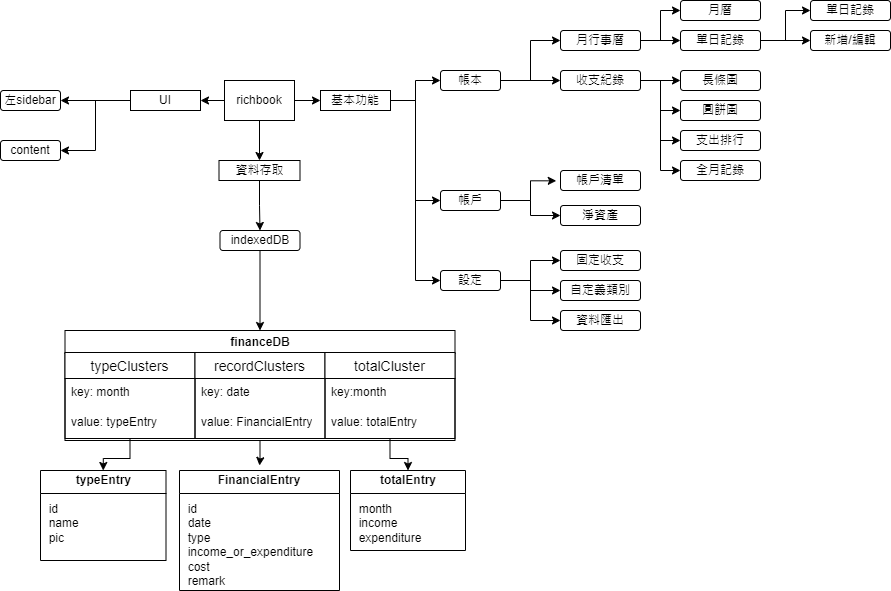
Earlier version of the draw.io export public/記帳app.png (07Nick-kciN21/richbook). Source tidied: cells renumbered, new cells last; positions are measured from the earlier drawing's top-left corner, leaving out a move shared by most shapes. The source it was exported from:
```xml
<mxGraphModel>
  <root>
    <mxCell id="0" />
    <mxCell id="1" parent="0" />
    <mxCell id="2" style="edgeStyle=orthogonalEdgeStyle;rounded=0;jettySize=auto;html=1;" parent="1" edge="1" source="5" target="9">
      <mxGeometry relative="1" as="geometry" />
    </mxCell>
    <mxCell id="3" style="edgeStyle=orthogonalEdgeStyle;rounded=0;jettySize=auto;html=1;" parent="1" edge="1" source="5" target="12">
      <mxGeometry relative="1" as="geometry" />
    </mxCell>
    <mxCell id="4" style="edgeStyle=orthogonalEdgeStyle;rounded=0;jettySize=auto;html=1;entryX=0.5;entryY=0;entryDx=0;entryDy=0;" parent="1" edge="1" source="5" target="39">
      <mxGeometry relative="1" as="geometry" />
    </mxCell>
    <mxCell id="5" value="richbook" style="rounded=0;whiteSpace=wrap;html=1;" parent="1" vertex="1">
      <mxGeometry x="224" y="80" width="70" height="40" as="geometry" />
    </mxCell>
    <mxCell id="6" style="edgeStyle=orthogonalEdgeStyle;rounded=0;jettySize=auto;html=1;entryX=0;entryY=0.5;entryDx=0;entryDy=0;" parent="1" edge="1" source="9" target="15">
      <mxGeometry relative="1" as="geometry" />
    </mxCell>
    <mxCell id="7" style="edgeStyle=orthogonalEdgeStyle;rounded=0;jettySize=auto;html=1;entryX=0;entryY=0.5;entryDx=0;entryDy=0;" parent="1" edge="1" source="9" target="17">
      <mxGeometry relative="1" as="geometry" />
    </mxCell>
    <mxCell id="8" style="edgeStyle=orthogonalEdgeStyle;rounded=0;jettySize=auto;html=1;entryX=0;entryY=0.5;entryDx=0;entryDy=0;" parent="1" edge="1" source="9" target="21">
      <mxGeometry relative="1" as="geometry" />
    </mxCell>
    <mxCell id="9" value="基本功能" style="whiteSpace=wrap;html=1;rounded=0;" parent="1" vertex="1">
      <mxGeometry x="320" y="90" width="70" height="20" as="geometry" />
    </mxCell>
    <mxCell id="10" style="edgeStyle=orthogonalEdgeStyle;rounded=0;jettySize=auto;html=1;entryX=1;entryY=0.5;entryDx=0;entryDy=0;" parent="1" edge="1" source="12" target="36">
      <mxGeometry relative="1" as="geometry" />
    </mxCell>
    <mxCell id="11" style="edgeStyle=orthogonalEdgeStyle;rounded=0;jettySize=auto;html=1;entryX=1;entryY=0.5;entryDx=0;entryDy=0;" parent="1" edge="1" source="12" target="37">
      <mxGeometry relative="1" as="geometry" />
    </mxCell>
    <mxCell id="12" value="UI" style="rounded=0;whiteSpace=wrap;html=1;" parent="1" vertex="1">
      <mxGeometry x="130" y="90" width="70" height="20" as="geometry" />
    </mxCell>
    <mxCell id="13" style="edgeStyle=orthogonalEdgeStyle;rounded=0;jettySize=auto;html=1;entryX=0;entryY=0.5;entryDx=0;entryDy=0;" parent="1" edge="1" source="15" target="24">
      <mxGeometry relative="1" as="geometry" />
    </mxCell>
    <mxCell id="14" style="edgeStyle=orthogonalEdgeStyle;rounded=0;jettySize=auto;html=1;entryX=0;entryY=0.5;entryDx=0;entryDy=0;" parent="1" edge="1" source="15" target="29">
      <mxGeometry relative="1" as="geometry" />
    </mxCell>
    <mxCell id="15" value="帳本" style="rounded=1;whiteSpace=wrap;html=1;" parent="1" vertex="1">
      <mxGeometry x="440" y="70" width="60" height="20" as="geometry" />
    </mxCell>
    <mxCell id="16" style="edgeStyle=orthogonalEdgeStyle;rounded=0;jettySize=auto;html=1;entryX=0;entryY=0.5;entryDx=0;entryDy=0;" parent="1" edge="1" source="17" target="31">
      <mxGeometry relative="1" as="geometry" />
    </mxCell>
    <mxCell id="17" value="帳戶" style="rounded=1;whiteSpace=wrap;html=1;" parent="1" vertex="1">
      <mxGeometry x="440" y="190" width="60" height="20" as="geometry" />
    </mxCell>
    <mxCell id="18" style="edgeStyle=orthogonalEdgeStyle;rounded=0;jettySize=auto;html=1;entryX=0;entryY=0.5;entryDx=0;entryDy=0;" parent="1" edge="1" source="21" target="33">
      <mxGeometry relative="1" as="geometry" />
    </mxCell>
    <mxCell id="19" style="edgeStyle=orthogonalEdgeStyle;rounded=0;jettySize=auto;html=1;entryX=0;entryY=0.5;entryDx=0;entryDy=0;" parent="1" edge="1" source="21" target="34">
      <mxGeometry relative="1" as="geometry" />
    </mxCell>
    <mxCell id="20" style="edgeStyle=orthogonalEdgeStyle;rounded=0;jettySize=auto;html=1;entryX=0;entryY=0.5;entryDx=0;entryDy=0;" parent="1" edge="1" source="21" target="35">
      <mxGeometry relative="1" as="geometry" />
    </mxCell>
    <mxCell id="21" value="設定" style="rounded=1;whiteSpace=wrap;html=1;" parent="1" vertex="1">
      <mxGeometry x="440" y="270" width="60" height="20" as="geometry" />
    </mxCell>
    <mxCell id="22" style="edgeStyle=orthogonalEdgeStyle;rounded=0;jettySize=auto;html=1;entryX=0;entryY=0.5;entryDx=0;entryDy=0;" parent="1" edge="1" source="24" target="66">
      <mxGeometry relative="1" as="geometry" />
    </mxCell>
    <mxCell id="23" style="edgeStyle=orthogonalEdgeStyle;rounded=0;jettySize=auto;html=1;entryX=0;entryY=0.5;entryDx=0;entryDy=0;" parent="1" edge="1" source="24" target="63">
      <mxGeometry relative="1" as="geometry" />
    </mxCell>
    <mxCell id="24" value="月行事曆" style="rounded=1;whiteSpace=wrap;html=1;" parent="1" vertex="1">
      <mxGeometry x="560" y="30" width="80" height="20" as="geometry" />
    </mxCell>
    <mxCell id="25" style="edgeStyle=orthogonalEdgeStyle;rounded=0;jettySize=auto;html=1;entryX=0;entryY=0.5;entryDx=0;entryDy=0;" parent="1" edge="1" source="29" target="69">
      <mxGeometry relative="1" as="geometry" />
    </mxCell>
    <mxCell id="26" style="edgeStyle=orthogonalEdgeStyle;rounded=0;jettySize=auto;html=1;entryX=0;entryY=0.5;entryDx=0;entryDy=0;" parent="1" edge="1" source="29" target="70">
      <mxGeometry relative="1" as="geometry" />
    </mxCell>
    <mxCell id="27" style="edgeStyle=orthogonalEdgeStyle;rounded=0;jettySize=auto;html=1;entryX=0;entryY=0.5;entryDx=0;entryDy=0;" parent="1" edge="1" source="29" target="71">
      <mxGeometry relative="1" as="geometry" />
    </mxCell>
    <mxCell id="28" style="edgeStyle=orthogonalEdgeStyle;rounded=0;jettySize=auto;html=1;entryX=0;entryY=0.5;entryDx=0;entryDy=0;" parent="1" edge="1" source="29" target="72">
      <mxGeometry relative="1" as="geometry" />
    </mxCell>
    <mxCell id="29" value="收支紀錄" style="rounded=1;whiteSpace=wrap;html=1;" parent="1" vertex="1">
      <mxGeometry x="560" y="70" width="80" height="20" as="geometry" />
    </mxCell>
    <mxCell id="30" value="帳戶清單" style="rounded=1;whiteSpace=wrap;html=1;" parent="1" vertex="1">
      <mxGeometry x="560" y="170" width="80" height="20" as="geometry" />
    </mxCell>
    <mxCell id="31" value="淨資產" style="rounded=1;whiteSpace=wrap;html=1;" parent="1" vertex="1">
      <mxGeometry x="560" y="205" width="80" height="20" as="geometry" />
    </mxCell>
    <mxCell id="32" style="edgeStyle=orthogonalEdgeStyle;rounded=0;jettySize=auto;html=1;entryX=-0.053;entryY=0.517;entryDx=0;entryDy=0;entryPerimeter=0;" parent="1" edge="1" source="17" target="30">
      <mxGeometry relative="1" as="geometry" />
    </mxCell>
    <mxCell id="33" value="固定收支" style="rounded=1;whiteSpace=wrap;html=1;" parent="1" vertex="1">
      <mxGeometry x="560" y="250" width="80" height="20" as="geometry" />
    </mxCell>
    <mxCell id="34" value="自定義類別" style="rounded=1;whiteSpace=wrap;html=1;" parent="1" vertex="1">
      <mxGeometry x="560" y="280" width="80" height="20" as="geometry" />
    </mxCell>
    <mxCell id="35" value="資料匯出" style="rounded=1;whiteSpace=wrap;html=1;" parent="1" vertex="1">
      <mxGeometry x="560" y="310" width="80" height="20" as="geometry" />
    </mxCell>
    <mxCell id="36" value="左sidebar" style="rounded=1;whiteSpace=wrap;html=1;" parent="1" vertex="1">
      <mxGeometry y="90" width="60" height="20" as="geometry" />
    </mxCell>
    <mxCell id="37" value="content" style="rounded=1;whiteSpace=wrap;html=1;" parent="1" vertex="1">
      <mxGeometry y="140" width="60" height="20" as="geometry" />
    </mxCell>
    <mxCell id="38" style="edgeStyle=orthogonalEdgeStyle;rounded=0;jettySize=auto;html=1;entryX=0.5;entryY=0;entryDx=0;entryDy=0;" parent="1" edge="1" source="39" target="41">
      <mxGeometry relative="1" as="geometry" />
    </mxCell>
    <mxCell id="39" value="資料存取" style="whiteSpace=wrap;html=1;rounded=0;" parent="1" vertex="1">
      <mxGeometry x="218.5" y="160" width="81" height="20" as="geometry" />
    </mxCell>
    <mxCell id="40" style="edgeStyle=orthogonalEdgeStyle;rounded=0;jettySize=auto;html=1;entryX=0.5;entryY=0;entryDx=0;entryDy=0;" parent="1" edge="1" source="41" target="46">
      <mxGeometry relative="1" as="geometry" />
    </mxCell>
    <mxCell id="41" value="indexedDB" style="rounded=1;whiteSpace=wrap;html=1;" parent="1" vertex="1">
      <mxGeometry x="219.5" y="230" width="80" height="20" as="geometry" />
    </mxCell>
    <mxCell id="42" value="&lt;div style=&quot;color: #cccccc;background-color: #1f1f1f;font-family: Consolas, 'Courier New', monospace;font-weight: normal;font-size: 14px;line-height: 19px;white-space: pre;&quot;&gt;&lt;br&gt;&lt;/div&gt;" style="swimlane;whiteSpace=wrap;html=1;" parent="1" vertex="1">
      <mxGeometry x="179" y="470" width="160" height="120" as="geometry" />
    </mxCell>
    <mxCell id="43" value="  id&#10;  date&#10;  type&#10;  income_or_expenditure&#10;  cost&#10;  remark" style="text;whiteSpace=wrap;" parent="42" vertex="1">
      <mxGeometry y="25" width="160" height="95" as="geometry" />
    </mxCell>
    <mxCell id="44" value="&lt;span style=&quot;text-align: left; text-wrap: nowrap;&quot;&gt;&lt;b&gt;FinancialEntry&lt;/b&gt;&lt;/span&gt;" style="text;whiteSpace=wrap;html=1;align=center;verticalAlign=middle;" parent="42" vertex="1">
      <mxGeometry x="35" y="-5" width="90" height="30" as="geometry" />
    </mxCell>
    <mxCell id="45" style="edgeStyle=orthogonalEdgeStyle;rounded=0;jettySize=auto;html=1;" parent="1" edge="1" source="46" target="44">
      <mxGeometry relative="1" as="geometry" />
    </mxCell>
    <mxCell id="46" value="financeDB" style="swimlane;whiteSpace=wrap;html=1;" parent="1" vertex="1">
      <mxGeometry x="64.5" y="330" width="390" height="110" as="geometry" />
    </mxCell>
    <mxCell id="47" value="typeClusters" style="swimlane;fontStyle=0;horizontal=1;startSize=26;align=center;fontSize=14;" parent="46" vertex="1">
      <mxGeometry y="22" width="130" height="86" as="geometry" />
    </mxCell>
    <mxCell id="48" value="&lt;div style=&quot;text-wrap: nowrap;&quot;&gt;key: month&lt;/div&gt;" style="text;strokeColor=none;fillColor=none;spacingLeft=4;spacingRight=4;overflow=hidden;fontSize=12;whiteSpace=wrap;html=1;" parent="47" vertex="1">
      <mxGeometry y="26" width="130" height="30" as="geometry" />
    </mxCell>
    <mxCell id="49" value="&lt;span style=&quot;text-wrap: nowrap;&quot;&gt;value:&amp;nbsp;typeEntry&lt;/span&gt;" style="text;strokeColor=none;fillColor=none;spacingLeft=4;spacingRight=4;overflow=hidden;fontSize=12;whiteSpace=wrap;html=1;" parent="47" vertex="1">
      <mxGeometry y="56" width="130" height="30" as="geometry" />
    </mxCell>
    <mxCell id="50" value="recordClusters" style="swimlane;fontStyle=0;horizontal=1;startSize=26;align=center;fontSize=14;" parent="46" vertex="1">
      <mxGeometry x="130" y="22" width="130" height="86" as="geometry" />
    </mxCell>
    <mxCell id="51" value="&lt;div style=&quot;text-wrap: nowrap;&quot;&gt;key: date&lt;/div&gt;" style="text;strokeColor=none;fillColor=none;spacingLeft=4;spacingRight=4;overflow=hidden;fontSize=12;whiteSpace=wrap;html=1;" parent="50" vertex="1">
      <mxGeometry y="26" width="130" height="30" as="geometry" />
    </mxCell>
    <mxCell id="52" value="&lt;span style=&quot;text-wrap: nowrap;&quot;&gt;value:&amp;nbsp;FinancialEntry&lt;/span&gt;" style="text;strokeColor=none;fillColor=none;spacingLeft=4;spacingRight=4;overflow=hidden;fontSize=12;whiteSpace=wrap;html=1;" parent="50" vertex="1">
      <mxGeometry y="56" width="130" height="30" as="geometry" />
    </mxCell>
    <mxCell id="53" value="totalCluster" style="swimlane;fontStyle=0;horizontal=1;startSize=26;align=center;fontSize=14;" parent="46" vertex="1">
      <mxGeometry x="260" y="22" width="130" height="86" as="geometry" />
    </mxCell>
    <mxCell id="54" value="&lt;div style=&quot;text-wrap: nowrap;&quot;&gt;key:month&lt;/div&gt;" style="text;strokeColor=none;fillColor=none;spacingLeft=4;spacingRight=4;overflow=hidden;fontSize=12;whiteSpace=wrap;html=1;" parent="53" vertex="1">
      <mxGeometry y="26" width="130" height="30" as="geometry" />
    </mxCell>
    <mxCell id="55" value="&lt;span style=&quot;text-wrap: nowrap;&quot;&gt;value:&amp;nbsp;&lt;/span&gt;totalEntry" style="text;strokeColor=none;fillColor=none;spacingLeft=4;spacingRight=4;overflow=hidden;fontSize=12;whiteSpace=wrap;html=1;" parent="53" vertex="1">
      <mxGeometry y="56" width="130" height="30" as="geometry" />
    </mxCell>
    <mxCell id="56" value="&lt;div style=&quot;color: #cccccc;background-color: #1f1f1f;font-family: Consolas, 'Courier New', monospace;font-weight: normal;font-size: 14px;line-height: 19px;white-space: pre;&quot;&gt;&lt;br&gt;&lt;/div&gt;" style="swimlane;whiteSpace=wrap;html=1;" parent="1" vertex="1">
      <mxGeometry x="350" y="470" width="115" height="80" as="geometry" />
    </mxCell>
    <mxCell id="57" value="  month&#10;  income&#10;  expenditure" style="text;whiteSpace=wrap;" parent="56" vertex="1">
      <mxGeometry y="25" width="100" height="70" as="geometry" />
    </mxCell>
    <mxCell id="58" value="&lt;div&gt;&lt;span style=&quot;text-align: left; background-color: initial;&quot;&gt;&lt;b&gt;totalEntry&lt;/b&gt;&lt;/span&gt;&lt;br&gt;&lt;/div&gt;" style="text;whiteSpace=wrap;html=1;align=center;verticalAlign=middle;" parent="56" vertex="1">
      <mxGeometry x="12.5" y="-10" width="90" height="40" as="geometry" />
    </mxCell>
    <mxCell id="59" value="&lt;div style=&quot;color: #cccccc;background-color: #1f1f1f;font-family: Consolas, 'Courier New', monospace;font-weight: normal;font-size: 14px;line-height: 19px;white-space: pre;&quot;&gt;&lt;br&gt;&lt;/div&gt;" style="swimlane;whiteSpace=wrap;html=1;" parent="1" vertex="1">
      <mxGeometry x="40" y="470" width="125.5" height="90" as="geometry" />
    </mxCell>
    <mxCell id="60" value="  id&#10;  name&#10;  pic" style="text;whiteSpace=wrap;" parent="59" vertex="1">
      <mxGeometry y="25" width="94" height="45" as="geometry" />
    </mxCell>
    <mxCell id="61" value="typeEntry" style="text;strokeColor=none;fillColor=none;html=1;fontSize=12;fontStyle=1;verticalAlign=middle;align=center;" parent="59" vertex="1">
      <mxGeometry x="12.8" y="-10" width="100" height="40" as="geometry" />
    </mxCell>
    <mxCell id="62" style="edgeStyle=orthogonalEdgeStyle;rounded=0;jettySize=auto;html=1;entryX=0.5;entryY=0;entryDx=0;entryDy=0;" parent="1" edge="1" source="47" target="59">
      <mxGeometry relative="1" as="geometry" />
    </mxCell>
    <mxCell id="63" value="月曆" style="rounded=1;whiteSpace=wrap;html=1;" parent="1" vertex="1">
      <mxGeometry x="680" width="80" height="20" as="geometry" />
    </mxCell>
    <mxCell id="64" style="edgeStyle=orthogonalEdgeStyle;rounded=0;jettySize=auto;html=1;entryX=0;entryY=0.5;entryDx=0;entryDy=0;" parent="1" edge="1" source="66" target="67">
      <mxGeometry relative="1" as="geometry" />
    </mxCell>
    <mxCell id="65" style="edgeStyle=orthogonalEdgeStyle;rounded=0;jettySize=auto;html=1;entryX=0;entryY=0.5;entryDx=0;entryDy=0;" parent="1" edge="1" source="66" target="68">
      <mxGeometry relative="1" as="geometry" />
    </mxCell>
    <mxCell id="66" value="單日記錄" style="rounded=1;whiteSpace=wrap;html=1;" parent="1" vertex="1">
      <mxGeometry x="680" y="30" width="80" height="20" as="geometry" />
    </mxCell>
    <mxCell id="67" value="單日記錄" style="rounded=1;whiteSpace=wrap;html=1;" parent="1" vertex="1">
      <mxGeometry x="810" width="80" height="20" as="geometry" />
    </mxCell>
    <mxCell id="68" value="新增/編輯" style="rounded=1;whiteSpace=wrap;html=1;" parent="1" vertex="1">
      <mxGeometry x="810" y="30" width="80" height="20" as="geometry" />
    </mxCell>
    <mxCell id="69" value="長條圖" style="rounded=1;whiteSpace=wrap;html=1;" parent="1" vertex="1">
      <mxGeometry x="680" y="70" width="80" height="20" as="geometry" />
    </mxCell>
    <mxCell id="70" value="圓餅圖" style="rounded=1;whiteSpace=wrap;html=1;" parent="1" vertex="1">
      <mxGeometry x="680" y="100" width="80" height="20" as="geometry" />
    </mxCell>
    <mxCell id="71" value="支出排行" style="rounded=1;whiteSpace=wrap;html=1;" parent="1" vertex="1">
      <mxGeometry x="680" y="130" width="80" height="20" as="geometry" />
    </mxCell>
    <mxCell id="72" value="全月記錄" style="rounded=1;whiteSpace=wrap;html=1;" parent="1" vertex="1">
      <mxGeometry x="680" y="160" width="80" height="20" as="geometry" />
    </mxCell>
    <mxCell id="73" style="edgeStyle=orthogonalEdgeStyle;rounded=0;jettySize=auto;html=1;entryX=0.5;entryY=0;entryDx=0;entryDy=0;" parent="1" edge="1" source="53" target="56">
      <mxGeometry relative="1" as="geometry" />
    </mxCell>
  </root>
</mxGraphModel>
```
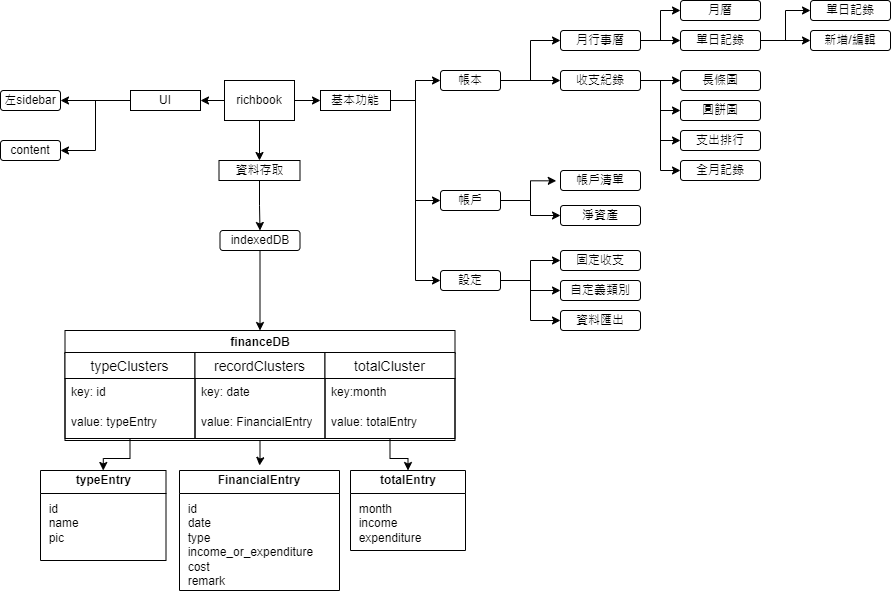
The same file after the commit.

Diff of the diagram source:
```diff
@@ -140,7 +140,7 @@
     <mxCell id="47" value="typeClusters" style="swimlane;fontStyle=0;horizontal=1;startSize=26;align=center;fontSize=14;" parent="46" vertex="1">
       <mxGeometry y="22" width="130" height="86" as="geometry" />
     </mxCell>
-    <mxCell id="48" value="&lt;div style=&quot;text-wrap: nowrap;&quot;&gt;key: month&lt;/div&gt;" style="text;strokeColor=none;fillColor=none;spacingLeft=4;spacingRight=4;overflow=hidden;fontSize=12;whiteSpace=wrap;html=1;" parent="47" vertex="1">
+    <mxCell id="48" value="&lt;div style=&quot;text-wrap: nowrap;&quot;&gt;key: id&lt;/div&gt;" style="text;strokeColor=none;fillColor=none;spacingLeft=4;spacingRight=4;overflow=hidden;fontSize=12;whiteSpace=wrap;html=1;" parent="47" vertex="1">
       <mxGeometry y="26" width="130" height="30" as="geometry" />
     </mxCell>
     <mxCell id="49" value="&lt;span style=&quot;text-wrap: nowrap;&quot;&gt;value:&amp;nbsp;typeEntry&lt;/span&gt;" style="text;strokeColor=none;fillColor=none;spacingLeft=4;spacingRight=4;overflow=hidden;fontSize=12;whiteSpace=wrap;html=1;" parent="47" vertex="1">
```
